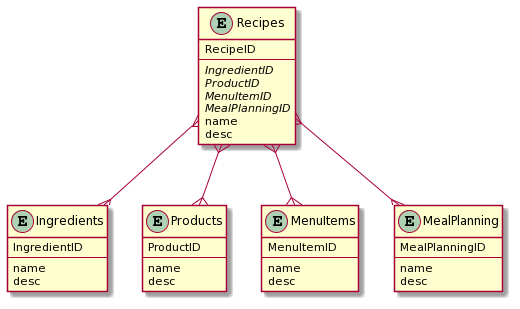
The PlantUML diagram img/Spoonacular_Schema.png in tnt7864/iste432-project, before a commit.
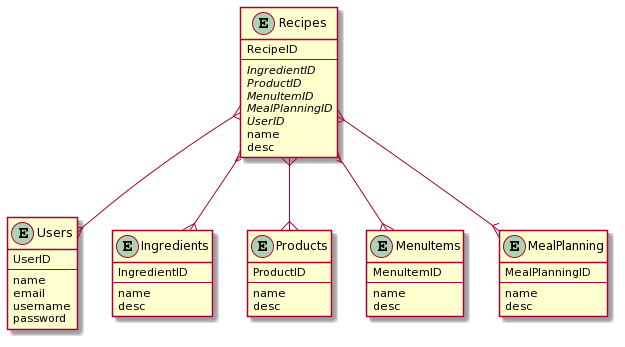
The same diagram one commit later.

The edit, as a diff of the source:
```diff
@@ -6,8 +6,17 @@
 {abstract} ProductID
 {abstract} MenuItemID
 {abstract} MealPlanningID
+{abstract} UserID
 name
 desc
+}
+entity Users {
+    UserID
+    ---
+    name
+    email
+    username
+    password
 }
 entity Ingredients {
     IngredientID
@@ -33,6 +42,7 @@
     name
     desc
 }
+Recipes }--{ Users
 Recipes }--{ Ingredients
 Recipes }--{ Products
 Recipes }--{ MenuItems
```
